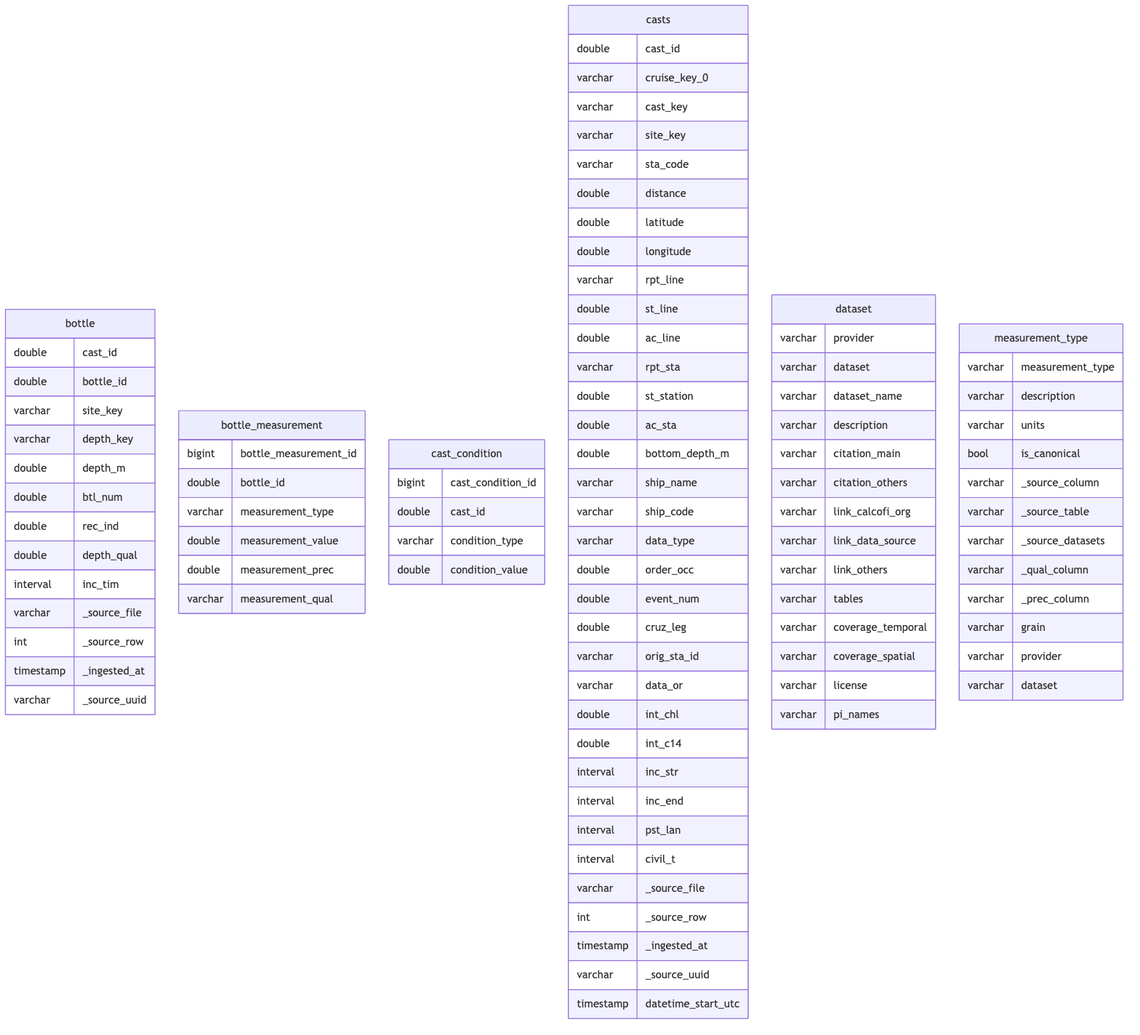
The Mermaid diagram _output/ingest_calcofi_bottle_files/figure-html/erd_tbls-1.png in CalCOFI/workflows, before a commit. Its source is kept beside it as _output/ingest_calcofi_bottle_files/figure-html/erd_tbls-1.mmd.
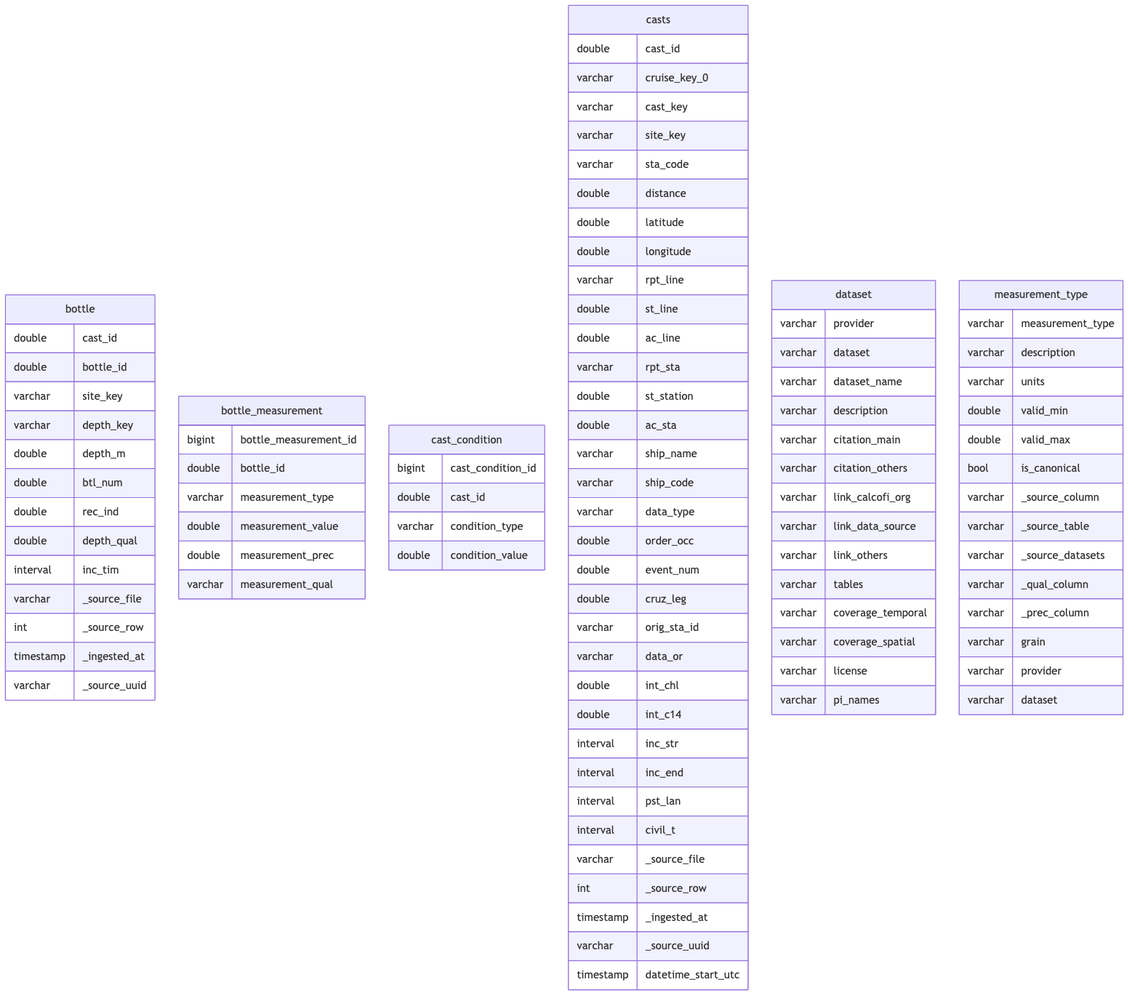
Above is the later version.

What changed in the source:
```diff
@@ -47,7 +47,6 @@
         varchar rpt_sta
         double st_station
         double ac_sta
-        double bottom_depth_m
         varchar ship_name
         varchar ship_code
         varchar data_type
@@ -88,6 +87,8 @@
         varchar measurement_type
         varchar description
         varchar units
+        double valid_min
+        double valid_max
         bool is_canonical
         varchar _source_column
         varchar _source_table
```
